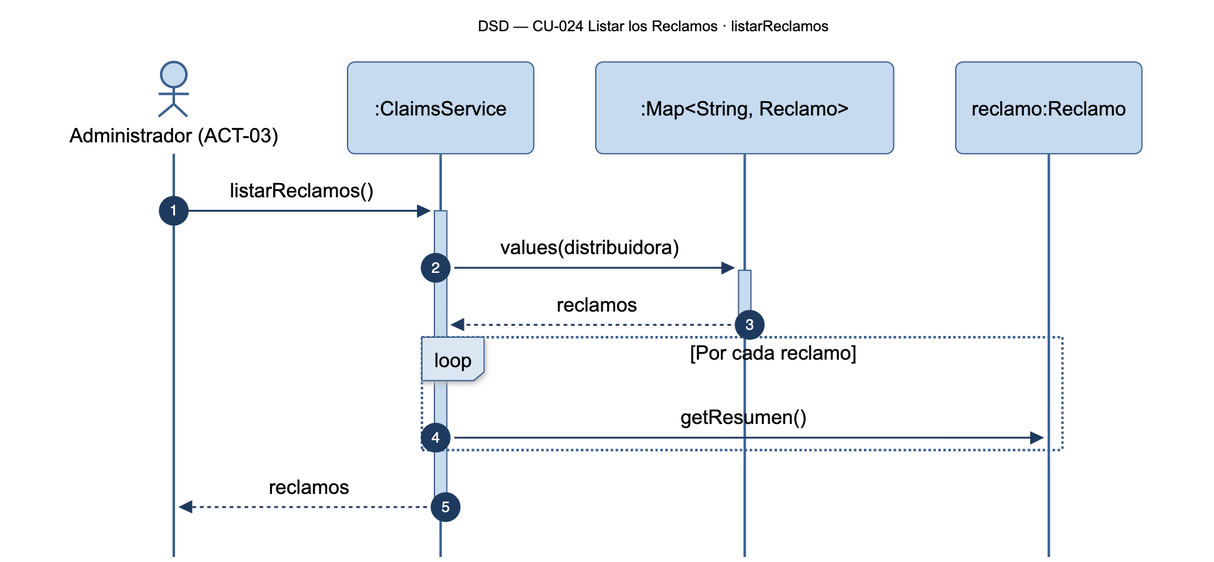
Above: diagramas/png/DSD_CU-024_listarReclamos.png in Nahuelito-Dev/splg-docs (Mermaid), before the change. Its source is kept beside it as diagramas/DSD_CU-024_listarReclamos.mmd.
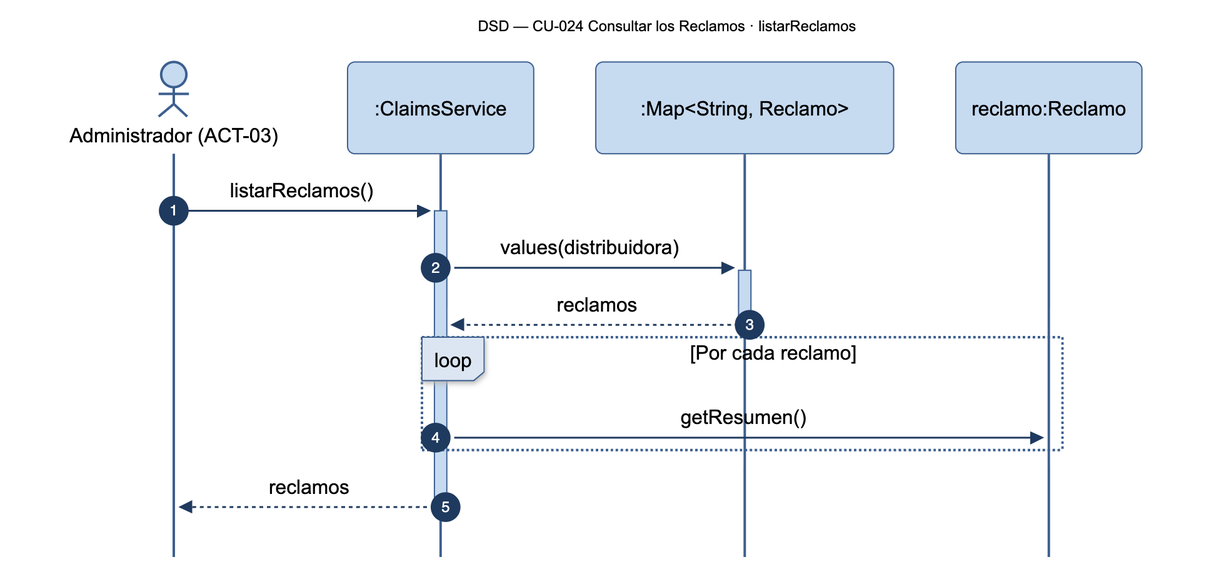
Above is the later version.

What changed in the source:
```diff
@@ -1,5 +1,5 @@
 sequenceDiagram
-    title DSD — CU-024 Listar los Reclamos · listarReclamos
+    title DSD — CU-024 Consultar los Reclamos · listarReclamos
     autonumber
     actor ADM as Administrador (ACT-03)
     participant SRV as :ClaimsService
```
